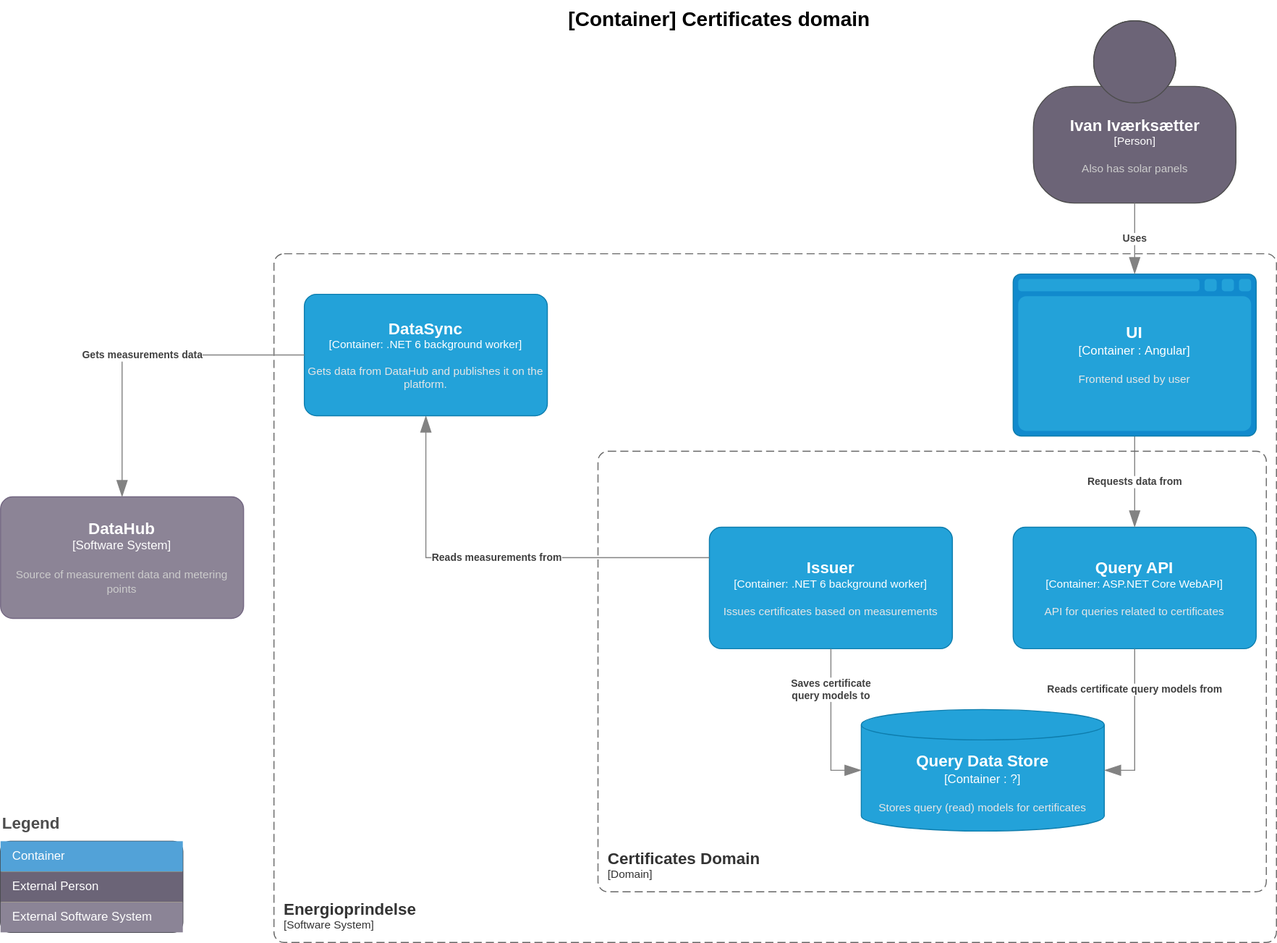
Before: doc/architecture/diagrams/certificates.current.container.drawio.svg, a diagram exported from draw.io (Energinet-DataHub/energy-origin). Source tidied: cells renumbered, new cells last; positions are measured from the earlier drawing's top-left corner, leaving out a move shared by most shapes.
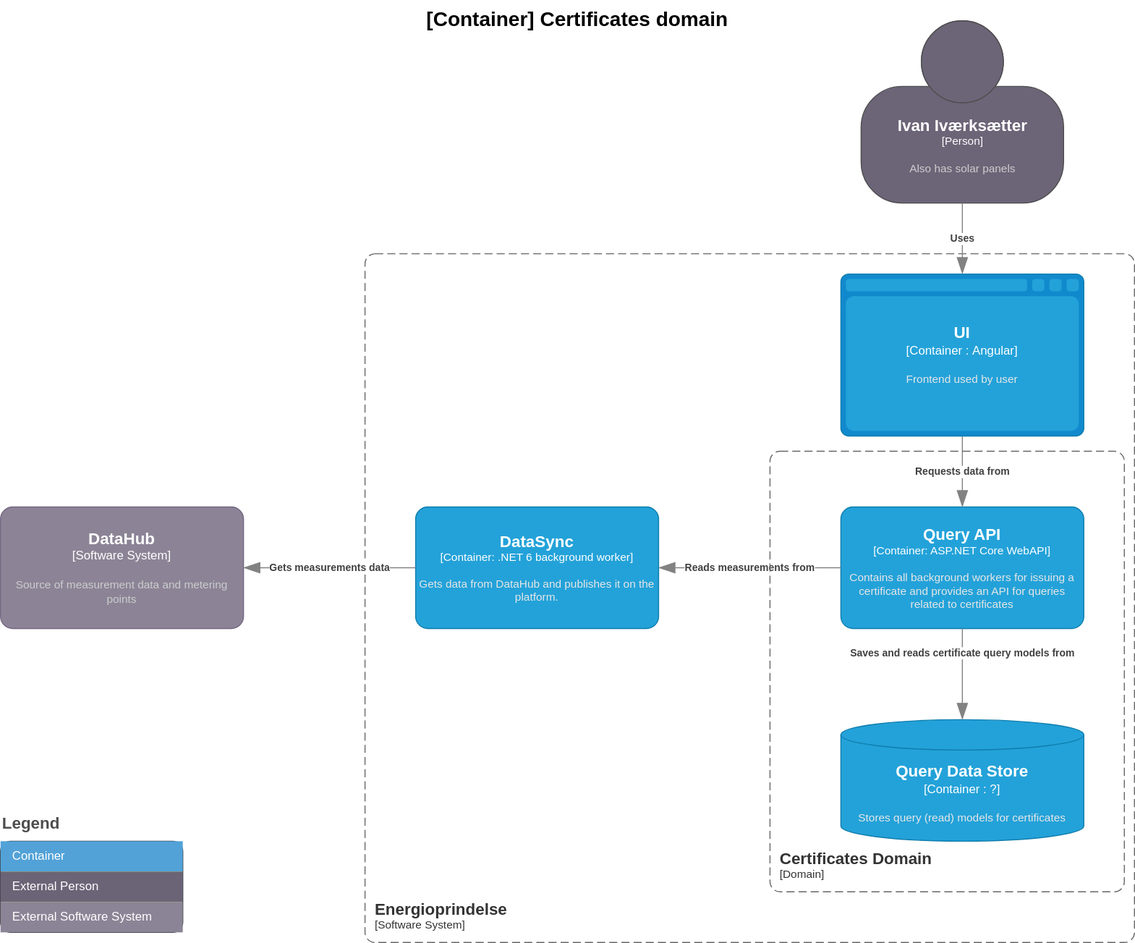
Later version of the same file.

What changed in the source:
```diff
@@ -4,36 +4,26 @@
     <mxCell id="1" parent="0" />
     <object id="2" label="&lt;font style=&quot;font-size: 16px&quot;&gt;&lt;b&gt;&lt;div style=&quot;text-align: left&quot;&gt;%c4Name%&lt;/div&gt;&lt;/b&gt;&lt;/font&gt;&lt;div style=&quot;text-align: left&quot;&gt;[%c4Application%]&lt;/div&gt;" c4Application="Software System" c4Name="Energioprindelse" c4Type="SystemScopeBoundary" placeholders="1">
       <mxCell style="rounded=1;fontSize=11;whiteSpace=wrap;html=1;dashed=1;arcSize=20;fillColor=none;strokeColor=#666666;fontColor=#333333;labelBackgroundColor=none;align=left;verticalAlign=bottom;labelBorderColor=none;spacingTop=0;spacing=10;dashPattern=8 4;perimeter=rectanglePerimeter;noLabel=0;labelPadding=0;absoluteArcSize=1;" parent="1" vertex="1">
-        <mxGeometry x="270" y="250" width="990" height="680" as="geometry" />
+        <mxGeometry x="500" y="250" width="760" height="680" as="geometry" />
       </mxCell>
     </object>
-    <object id="3" label="&lt;font style=&quot;font-size: 16px&quot;&gt;&lt;b&gt;%c4Name%&lt;/b&gt;&lt;/font&gt;&lt;div&gt;[%c4Type%: %c4Technology%]&lt;/div&gt;&lt;br&gt;&lt;div&gt;&lt;font style=&quot;font-size: 11px&quot;&gt;&lt;font color=&quot;#E6E6E6&quot;&gt;%c4Description%&lt;/font&gt;&lt;/div&gt;" c4Description="API for queries related to certificates" c4Name="Query API" c4Technology="ASP.NET Core WebAPI" c4Type="Container" placeholders="1">
+    <object id="3" label="&lt;font style=&quot;font-size: 16px&quot;&gt;&lt;b&gt;%c4Name%&lt;/b&gt;&lt;/font&gt;&lt;div&gt;[%c4Type%: %c4Technology%]&lt;/div&gt;&lt;br&gt;&lt;div&gt;&lt;font style=&quot;font-size: 11px&quot;&gt;&lt;font color=&quot;#E6E6E6&quot;&gt;%c4Description%&lt;/font&gt;&lt;/div&gt;" c4Description="Contains all background workers for issuing a certificate and provides an API for queries related to certificates" c4Name="Query API" c4Technology="ASP.NET Core WebAPI" c4Type="Container" placeholders="1">
       <mxCell style="rounded=1;whiteSpace=wrap;html=1;fontSize=11;labelBackgroundColor=none;fillColor=#23A2D9;fontColor=#ffffff;align=center;arcSize=10;strokeColor=#0E7DAD;points=[[0.25,0,0],[0.5,0,0],[0.75,0,0],[1,0.25,0],[1,0.5,0],[1,0.75,0],[0.75,1,0],[0.5,1,0],[0.25,1,0],[0,0.75,0],[0,0.5,0],[0,0.25,0]];" parent="1" vertex="1">
-        <mxGeometry x="1000" y="520" width="240" height="120" as="geometry" />
+        <mxGeometry x="970" y="500" width="240" height="120" as="geometry" />
       </mxCell>
     </object>
-    <object id="4" label="&lt;font style=&quot;font-size: 16px&quot;&gt;&lt;b&gt;%c4Name%&lt;/b&gt;&lt;/font&gt;&lt;div&gt;[%c4Type%: %c4Technology%]&lt;/div&gt;&lt;br&gt;&lt;div&gt;&lt;font style=&quot;font-size: 11px&quot;&gt;&lt;font color=&quot;#E6E6E6&quot;&gt;%c4Description%&lt;/font&gt;&lt;/div&gt;" c4Description="Issues certificates based on measurements" c4Name="Issuer" c4Technology=".NET 6 background worker" c4Type="Container" placeholders="1">
-      <mxCell style="rounded=1;whiteSpace=wrap;html=1;fontSize=11;labelBackgroundColor=none;fillColor=#23A2D9;fontColor=#ffffff;align=center;arcSize=10;strokeColor=#0E7DAD;points=[[0.25,0,0],[0.5,0,0],[0.75,0,0],[1,0.25,0],[1,0.5,0],[1,0.75,0],[0.75,1,0],[0.5,1,0],[0.25,1,0],[0,0.75,0],[0,0.5,0],[0,0.25,0]];" parent="1" vertex="1">
-        <mxGeometry x="700" y="520" width="240" height="120" as="geometry" />
-      </mxCell>
-    </object>
     <object id="5" label="&lt;font style=&quot;font-size: 16px&quot;&gt;&lt;b&gt;%c4Type%&lt;/font&gt;&lt;div&gt;[%c4Container%:&amp;nbsp;%c4Technology%]&lt;/div&gt;&lt;br&gt;&lt;div&gt;&lt;font style=&quot;font-size: 11px&quot;&gt;&lt;font color=&quot;#E6E6E6&quot;&gt;%c4Description%&lt;/font&gt;&lt;/div&gt;" c4Container="Container " c4Description="Stores query (read) models for certificates" c4Technology="?" c4Type="Query Data Store" placeholders="1">
       <mxCell style="shape=cylinder3;size=15;whiteSpace=wrap;html=1;boundedLbl=1;rounded=0;labelBackgroundColor=none;fillColor=#23A2D9;fontSize=12;fontColor=#ffffff;align=center;strokeColor=#0E7DAD;points=[[0.5,0,0],[1,0.25,0],[1,0.5,0],[1,0.75,0],[0.5,1,0],[0,0.75,0],[0,0.5,0],[0,0.25,0]];" parent="1" vertex="1">
-        <mxGeometry x="850" y="700" width="240" height="120" as="geometry" />
+        <mxGeometry x="970" y="710" width="240" height="120" as="geometry" />
       </mxCell>
     </object>
     <object id="6" label="&lt;div style=&quot;text-align: left&quot;&gt;&lt;div style=&quot;text-align: center&quot;&gt;&lt;b&gt;%c4Description%&lt;/b&gt;&lt;/div&gt;" c4Description="Reads measurements from" c4Type="Relationship" placeholders="1">
-      <mxCell style="endArrow=blockThin;html=1;fontSize=10;fontColor=#404040;strokeWidth=1;endFill=1;strokeColor=#828282;elbow=vertical;endSize=14;startSize=14;jumpStyle=arc;jumpSize=16;rounded=0;edgeStyle=orthogonalEdgeStyle;exitX=0;exitY=0.25;exitDx=0;exitDy=0;exitPerimeter=0;entryX=0.5;entryY=1;entryDx=0;entryDy=0;entryPerimeter=0;" parent="1" edge="1" source="4" target="14">
+      <mxCell style="endArrow=blockThin;html=1;fontSize=10;fontColor=#404040;strokeWidth=1;endFill=1;strokeColor=#828282;elbow=vertical;endSize=14;startSize=14;jumpStyle=arc;jumpSize=16;rounded=0;edgeStyle=orthogonalEdgeStyle;exitX=0;exitY=0.5;exitDx=0;exitDy=0;exitPerimeter=0;entryX=1;entryY=0.5;entryDx=0;entryDy=0;entryPerimeter=0;" parent="1" edge="1" source="3" target="14">
         <mxGeometry relative="1" as="geometry" />
       </mxCell>
     </object>
-    <object id="7" label="&lt;div style=&quot;text-align: left&quot;&gt;&lt;div style=&quot;text-align: center&quot;&gt;&lt;b&gt;%c4Description%&lt;/b&gt;&lt;/div&gt;" c4Description="Saves certificate &#10;query models to" c4Type="Relationship" placeholders="1">
-      <mxCell style="endArrow=blockThin;html=1;fontSize=10;fontColor=#404040;strokeWidth=1;endFill=1;strokeColor=#828282;elbow=vertical;endSize=14;startSize=14;jumpStyle=arc;jumpSize=16;rounded=0;edgeStyle=orthogonalEdgeStyle;exitX=0.5;exitY=1;exitDx=0;exitDy=0;exitPerimeter=0;entryX=0;entryY=0.5;entryDx=0;entryDy=0;entryPerimeter=0;" parent="1" edge="1" source="4" target="5">
-        <mxGeometry x="-0.47" relative="1" as="geometry" />
-      </mxCell>
-    </object>
-    <object id="8" label="&lt;div style=&quot;text-align: left&quot;&gt;&lt;div style=&quot;text-align: center&quot;&gt;&lt;b&gt;%c4Description%&lt;/b&gt;&lt;/div&gt;" c4Description="Reads certificate query models from" c4Type="Relationship" placeholders="1">
-      <mxCell style="endArrow=blockThin;html=1;fontSize=10;fontColor=#404040;strokeWidth=1;endFill=1;strokeColor=#828282;elbow=vertical;endSize=14;startSize=14;jumpStyle=arc;jumpSize=16;rounded=0;edgeStyle=orthogonalEdgeStyle;exitX=0.5;exitY=1;exitDx=0;exitDy=0;exitPerimeter=0;entryX=1;entryY=0.5;entryDx=0;entryDy=0;entryPerimeter=0;" parent="1" edge="1" source="3" target="5">
+    <object id="8" label="&lt;div style=&quot;text-align: left&quot;&gt;&lt;div style=&quot;text-align: center&quot;&gt;&lt;b&gt;%c4Description%&lt;/b&gt;&lt;/div&gt;" c4Description="Saves and reads certificate query models from" c4Type="Relationship" placeholders="1">
+      <mxCell style="endArrow=blockThin;html=1;fontSize=10;fontColor=#404040;strokeWidth=1;endFill=1;strokeColor=#828282;elbow=vertical;endSize=14;startSize=14;jumpStyle=arc;jumpSize=16;rounded=0;edgeStyle=orthogonalEdgeStyle;exitX=0.5;exitY=1;exitDx=0;exitDy=0;exitPerimeter=0;entryX=0.5;entryY=0;entryDx=0;entryDy=0;entryPerimeter=0;" parent="1" edge="1" source="3" target="5">
         <mxGeometry x="-0.47" relative="1" as="geometry" />
       </mxCell>
     </object>
@@ -44,17 +34,17 @@
     </object>
     <object id="10" label="&lt;font style=&quot;font-size: 16px&quot;&gt;&lt;b&gt;%c4Name%&lt;/b&gt;&lt;/font&gt;&lt;div&gt;[%c4Type%]&lt;/div&gt;&lt;br&gt;&lt;div&gt;&lt;font style=&quot;font-size: 11px&quot;&gt;&lt;font color=&quot;#cccccc&quot;&gt;%c4Description%&lt;/font&gt;&lt;/div&gt;" c4Description="Source of measurement data and metering points" c4Name="DataHub" c4Type="Software System" placeholders="1">
       <mxCell style="rounded=1;whiteSpace=wrap;html=1;labelBackgroundColor=none;fillColor=#8C8496;fontColor=#ffffff;align=center;arcSize=10;strokeColor=#736782;points=[[0.25,0,0],[0.5,0,0],[0.75,0,0],[1,0.25,0],[1,0.5,0],[1,0.75,0],[0.75,1,0],[0.5,1,0],[0.25,1,0],[0,0.75,0],[0,0.5,0],[0,0.25,0]];" parent="1" vertex="1">
-        <mxGeometry y="490" width="240" height="120" as="geometry" />
+        <mxGeometry x="140" y="500" width="240" height="120" as="geometry" />
       </mxCell>
     </object>
     <object id="11" label="&lt;font style=&quot;font-size: 16px&quot;&gt;&lt;b&gt;%c4Name%&lt;/b&gt;&lt;/font&gt;&lt;div&gt;[%c4Type%]&lt;/div&gt;&lt;br&gt;&lt;div&gt;&lt;font style=&quot;font-size: 11px&quot;&gt;&lt;font color=&quot;#cccccc&quot;&gt;%c4Description%&lt;/font&gt;&lt;/div&gt;" c4Description="Also has solar panels" c4Name="Ivan Iværksætter" c4Type="Person" placeholders="1">
       <mxCell style="html=1;fontSize=11;dashed=0;whitespace=wrap;fillColor=#6C6477;strokeColor=#4D4D4D;fontColor=#ffffff;shape=mxgraph.c4.person2;align=center;points=[[0.5,0,0],[1,0.5,0],[1,0.75,0],[0.75,1,0],[0.5,1,0],[0.25,1,0],[0,0.75,0],[0,0.5,0]];" parent="1" vertex="1">
-        <mxGeometry x="1020" y="20" width="200" height="180" as="geometry" />
+        <mxGeometry x="990" y="20" width="200" height="180" as="geometry" />
       </mxCell>
     </object>
     <object id="12" label="&lt;font style=&quot;font-size: 16px&quot;&gt;&lt;b&gt;%c4Type%&lt;/font&gt;&lt;div&gt;[%c4Container%:&amp;nbsp;%c4Technology%]&lt;/div&gt;&lt;br&gt;&lt;div&gt;&lt;font style=&quot;font-size: 11px&quot;&gt;&lt;font color=&quot;#E6E6E6&quot;&gt;%c4Description%&lt;/font&gt;&lt;/div&gt;" c4Container="Container " c4Description="Frontend used by user" c4Technology="Angular" c4Type="UI" placeholders="1">
       <mxCell style="shape=mxgraph.c4.webBrowserContainer;whiteSpace=wrap;html=1;boundedLbl=1;rounded=0;labelBackgroundColor=none;fillColor=#118ACD;fontSize=12;fontColor=#ffffff;align=center;strokeColor=#0E7DAD;points=[[0.5,0,0],[1,0.25,0],[1,0.5,0],[1,0.75,0],[0.5,1,0],[0,0.75,0],[0,0.5,0],[0,0.25,0]];" parent="1" vertex="1">
-        <mxGeometry x="1000" y="270" width="240" height="160" as="geometry" />
+        <mxGeometry x="970" y="270" width="240" height="160" as="geometry" />
       </mxCell>
     </object>
     <object id="13" label="&lt;font style=&quot;font-size: 20px;&quot;&gt;&lt;b style=&quot;font-size: 20px;&quot;&gt;&lt;div style=&quot;font-size: 20px;&quot;&gt;%c4Name%&lt;/div&gt;&lt;/b&gt;&lt;/font&gt;&lt;div style=&quot;font-size: 20px;&quot;&gt;%c4Description%&lt;/div&gt;" c4Description="" c4Name="[Container] Certificates domain" c4Type="ContainerDiagramTitle" placeholders="1">
@@ -64,7 +54,7 @@
     </object>
     <object id="14" label="&lt;font style=&quot;font-size: 16px&quot;&gt;&lt;b&gt;%c4Name%&lt;/b&gt;&lt;/font&gt;&lt;div&gt;[%c4Type%: %c4Technology%]&lt;/div&gt;&lt;br&gt;&lt;div&gt;&lt;font style=&quot;font-size: 11px&quot;&gt;&lt;font color=&quot;#E6E6E6&quot;&gt;%c4Description%&lt;/font&gt;&lt;/div&gt;" c4Description="Gets data from DataHub and publishes it on the platform." c4Name="DataSync" c4Technology=".NET 6 background worker" c4Type="Container" placeholders="1">
       <mxCell style="rounded=1;whiteSpace=wrap;html=1;fontSize=11;labelBackgroundColor=none;fillColor=#23A2D9;fontColor=#ffffff;align=center;arcSize=10;strokeColor=#0E7DAD;points=[[0.25,0,0],[0.5,0,0],[0.75,0,0],[1,0.25,0],[1,0.5,0],[1,0.75,0],[0.75,1,0],[0.5,1,0],[0.25,1,0],[0,0.75,0],[0,0.5,0],[0,0.25,0]];" parent="1" vertex="1">
-        <mxGeometry x="300" y="290" width="240" height="120" as="geometry" />
+        <mxGeometry x="550" y="500" width="240" height="120" as="geometry" />
       </mxCell>
     </object>
     <object id="15" label="&lt;div style=&quot;text-align: left&quot;&gt;&lt;div style=&quot;text-align: center&quot;&gt;&lt;b&gt;%c4Description%&lt;/b&gt;&lt;/div&gt;" c4Description="Gets measurements data" c4Type="Relationship" placeholders="1">
@@ -73,10 +63,10 @@
       </mxCell>
     </object>
     <mxCell id="16" value="Legend" style="align=left;fontSize=16;fontStyle=1;strokeColor=none;fillColor=none;fontColor=#4D4D4D;spacingTop=-8;" parent="1" vertex="1">
-      <mxGeometry y="800" width="180" height="30" as="geometry" />
+      <mxGeometry x="140" y="800" width="180" height="30" as="geometry" />
     </mxCell>
     <mxCell id="17" style="shape=table;html=1;whiteSpace=wrap;startSize=0;fillColor=#ffff88;align=left;spacingLeft=10;strokeColor=#36393d;rounded=1;arcSize=11;" parent="1" vertex="1">
-      <mxGeometry y="830" width="180" height="90" as="geometry" />
+      <mxGeometry x="140" y="830" width="180" height="90" as="geometry" />
     </mxCell>
     <mxCell id="18" value="Container" style="shape=partialRectangle;html=1;whiteSpace=wrap;fillColor=#52A2D8;top=0;left=0;bottom=0;right=0;overflow=hidden;align=left;spacingLeft=10;fontColor=#FFFFFF;" parent="17" vertex="1">
       <mxGeometry width="180" height="30" as="geometry" />
@@ -89,14 +79,12 @@
     </mxCell>
     <object id="21" label="&lt;font style=&quot;font-size: 16px&quot;&gt;&lt;b&gt;&lt;div style=&quot;text-align: left&quot;&gt;%c4Name%&lt;/div&gt;&lt;/b&gt;&lt;/font&gt;&lt;div style=&quot;text-align: left&quot;&gt;[%c4Application%]&lt;/div&gt;" c4Application="Domain" c4Name="Certificates Domain" c4Type="SystemScopeBoundary" placeholders="1">
       <mxCell style="rounded=1;fontSize=11;whiteSpace=wrap;html=1;dashed=1;arcSize=20;fillColor=none;strokeColor=#666666;fontColor=#333333;labelBackgroundColor=none;align=left;verticalAlign=bottom;labelBorderColor=none;spacingTop=0;spacing=10;dashPattern=8 4;perimeter=rectanglePerimeter;noLabel=0;labelPadding=0;absoluteArcSize=1;" parent="1" vertex="1">
-        <mxGeometry x="590" y="445" width="660" height="435" as="geometry" />
+        <mxGeometry x="900" y="445" width="350" height="435" as="geometry" />
       </mxCell>
     </object>
     <object id="22" label="&lt;div style=&quot;text-align: left&quot;&gt;&lt;div style=&quot;text-align: center&quot;&gt;&lt;b&gt;%c4Description%&lt;/b&gt;&lt;/div&gt;" c4Description="Uses" c4Type="Relationship" placeholders="1">
-      <mxCell style="endArrow=blockThin;html=1;fontSize=10;fontColor=#404040;strokeWidth=1;endFill=1;strokeColor=#828282;elbow=vertical;endSize=14;startSize=14;jumpStyle=arc;jumpSize=16;rounded=0;edgeStyle=orthogonalEdgeStyle;exitX=0.5;exitY=1;exitDx=0;exitDy=0;exitPerimeter=0;" parent="1" edge="1" source="11">
-        <mxGeometry relative="1" as="geometry">
-          <mxPoint x="1120" y="270" as="targetPoint" />
-        </mxGeometry>
+      <mxCell style="endArrow=blockThin;html=1;fontSize=10;fontColor=#404040;strokeWidth=1;endFill=1;strokeColor=#828282;elbow=vertical;endSize=14;startSize=14;jumpStyle=arc;jumpSize=16;rounded=0;edgeStyle=orthogonalEdgeStyle;exitX=0.5;exitY=1;exitDx=0;exitDy=0;exitPerimeter=0;entryX=0.5;entryY=0;entryDx=0;entryDy=0;entryPerimeter=0;" parent="1" edge="1" source="11" target="12">
+        <mxGeometry relative="1" as="geometry" />
       </mxCell>
     </object>
   </root>
```
